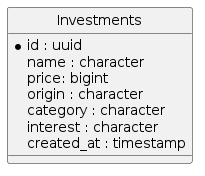
Earlier version of the PlantUML export public/imgs/package/supabase-api/database.png (ifpb/ls).
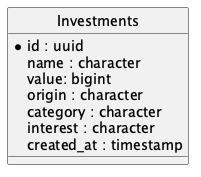
Above is the later version.

Commit message:
fix: column name

What changed in the source:
```diff
@@ -6,7 +6,7 @@
 entity "Investments" as investiments {
   *id : uuid
   name : character
-  price: bigint
+  value: bigint
   origin : character
   category : character
   interest : character
```
